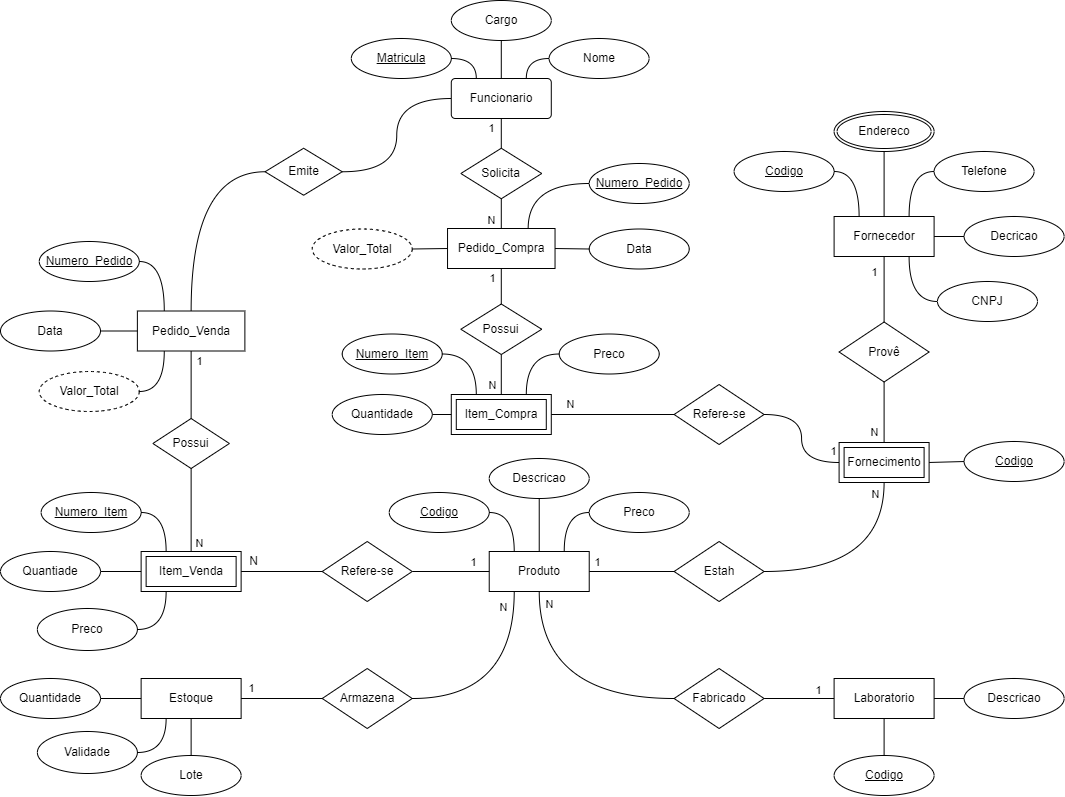
The draw.io diagram docs/images/modelo-er.png in ICEI-PUCMinas-PSG-SI-TI/psg-si-2025-1-p3-tiapn-6818100-farmacia-popular, before a commit. Source tidied: cells renumbered, new cells last; positions are measured from the earlier drawing's top-left corner, leaving out a move shared by most shapes.
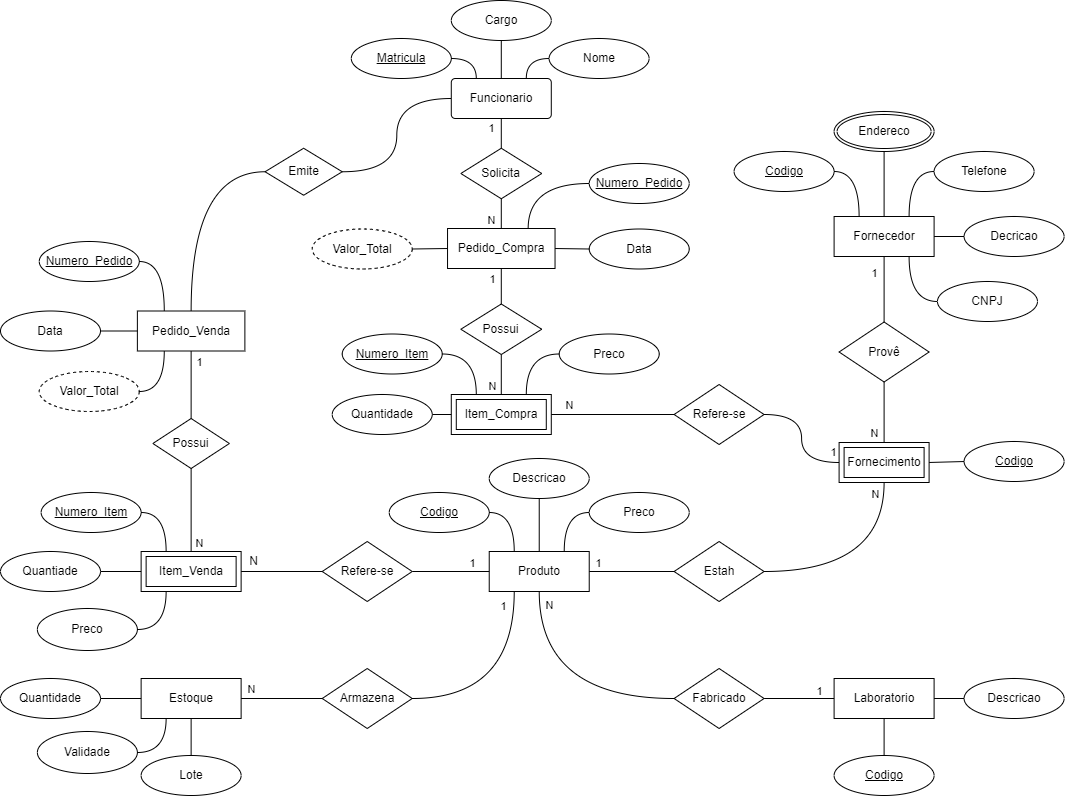
Later version of the same file.

Diff of the diagram source:
```diff
@@ -358,7 +358,7 @@
     <mxCell id="109" style="endArrow=none;html=1;rounded=0;exitX=1;exitY=0.5;exitDx=0;exitDy=0;entryX=0.25;entryY=1;entryDx=0;entryDy=0;edgeStyle=orthogonalEdgeStyle;curved=1;" parent="1" edge="1" source="108" target="6">
       <mxGeometry relative="1" as="geometry" />
     </mxCell>
-    <mxCell id="110" value="N" style="edgeLabel;html=1;align=center;verticalAlign=middle;" parent="109" vertex="1">
+    <mxCell id="110" value="1" style="edgeLabel;html=1;align=center;verticalAlign=middle;" parent="109" vertex="1">
       <mxGeometry x="0.85" y="2" relative="1" as="geometry">
         <mxPoint x="-9" as="offset" />
       </mxGeometry>
@@ -366,7 +366,7 @@
     <mxCell id="111" style="endArrow=none;html=1;rounded=0;exitX=1;exitY=0.5;exitDx=0;exitDy=0;" parent="1" edge="1" source="11" target="108">
       <mxGeometry relative="1" as="geometry" />
     </mxCell>
-    <mxCell id="112" value="1" style="edgeLabel;html=1;align=center;verticalAlign=middle;" parent="111" vertex="1">
+    <mxCell id="112" value="N" style="edgeLabel;html=1;align=center;verticalAlign=middle;" parent="111" vertex="1">
       <mxGeometry x="-0.73" relative="1" as="geometry">
         <mxPoint x="-1" y="-10" as="offset" />
       </mxGeometry>
```
